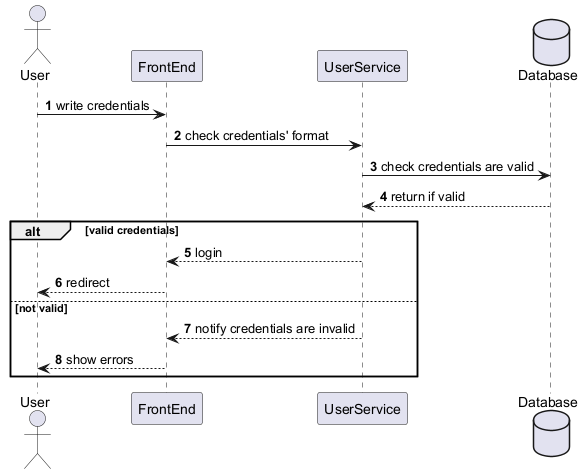
Above: images/Login diagram.png in Arquisoft/wichat_en3a (PlantUML), before the change.
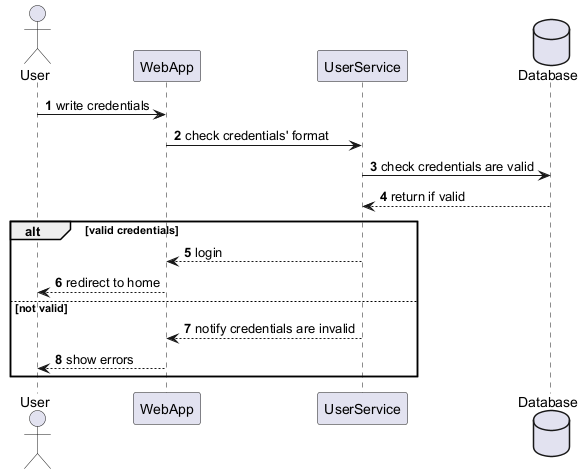
Above is the later version.

Change to the diagram source:
```diff
@@ -1,20 +1,20 @@
 @startuml
 autonumber
 actor User
-participant FrontEnd
+participant WebApp
 participant UserService
 database Database
 
-User -> FrontEnd: write credentials
-FrontEnd -> UserService: check credentials' format
+User -> WebApp: write credentials
+WebApp -> UserService: check credentials' format
 UserService -> Database: check credentials are valid
 Database --> UserService: return if valid
 
 alt valid credentials
-    UserService --> FrontEnd: login
-    FrontEnd --> User: redirect
+    UserService --> WebApp: login
+    WebApp --> User: redirect to home
 else not valid
-    UserService --> FrontEnd: notify credentials are invalid
-    FrontEnd --> User: show errors
+    UserService --> WebApp: notify credentials are invalid
+    WebApp --> User: show errors
 end
 @enduml
```
